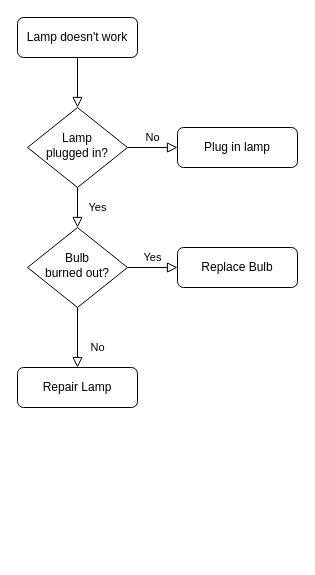
The draw.io diagram Images/Untitled Diagram.drawio in Yaman415/CV-Website, before the edit. Source tidied: cells renumbered, new cells numbered last; positions are measured from the earlier drawing's top-left corner, leaving out a move shared by most shapes. Both pictures are drawn from the tidied source at 100%, with x=0, y=0 at pixel (17, 17).
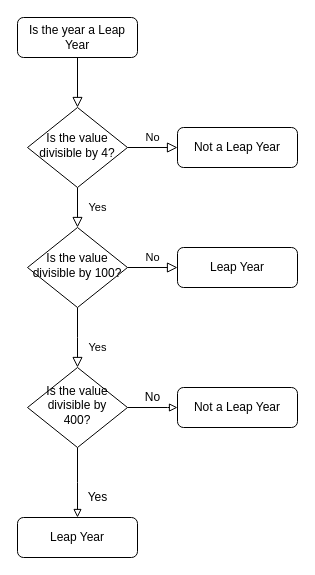
After the change.

Commit message:
Leap Year

Diff of the diagram source:
```diff
@@
-    <mxCell id="3" value="Lamp doesn't work" style="rounded=1;whiteSpace=wrap;html=1;fontSize=12;glass=0;strokeWidth=1;shadow=0;" parent="1" vertex="1">
+    <mxCell id="3" value="Is the year a Leap Year" style="rounded=1;whiteSpace=wrap;html=1;fontSize=12;glass=0;strokeWidth=1;shadow=0;" parent="1" vertex="1">
       <mxGeometry width="120" height="40" as="geometry" />
     </mxCell>
@@
-    <mxCell id="6" value="Lamp&lt;br&gt;plugged in?" style="rhombus;whiteSpace=wrap;html=1;shadow=0;fontFamily=Helvetica;fontSize=12;align=center;strokeWidth=1;spacing=6;spacingTop=-4;" parent="1" vertex="1">
+    <mxCell id="6" value="Is the value divisible by 4?" style="rhombus;whiteSpace=wrap;html=1;shadow=0;fontFamily=Helvetica;fontSize=12;align=center;strokeWidth=1;spacing=6;spacingTop=-4;" parent="1" vertex="1">
       <mxGeometry x="10" y="90" width="100" height="80" as="geometry" />
     </mxCell>
-    <mxCell id="7" value="Plug in lamp" style="rounded=1;whiteSpace=wrap;html=1;fontSize=12;glass=0;strokeWidth=1;shadow=0;" parent="1" vertex="1">
+    <mxCell id="7" value="Not a Leap Year" style="rounded=1;whiteSpace=wrap;html=1;fontSize=12;glass=0;strokeWidth=1;shadow=0;" parent="1" vertex="1">
       <mxGeometry x="160" y="110" width="120" height="40" as="geometry" />
     </mxCell>
-    <mxCell id="8" value="No" style="rounded=0;html=1;jettySize=auto;fontSize=11;endArrow=block;endFill=0;endSize=8;strokeWidth=1;shadow=0;labelBackgroundColor=none;edgeStyle=orthogonalEdgeStyle;" parent="1" edge="1" source="10" target="11">
-      <mxGeometry x="0.33" y="20" relative="1" as="geometry" />
+    <mxCell id="8" value="Yes" style="rounded=0;html=1;jettySize=auto;fontSize=11;endArrow=block;endFill=0;endSize=8;strokeWidth=1;shadow=0;labelBackgroundColor=none;edgeStyle=orthogonalEdgeStyle;" parent="1" edge="1" source="10">
+      <mxGeometry x="0.33" y="20" relative="1" as="geometry">
+        <mxPoint x="60" y="350" as="targetPoint" />
+      </mxGeometry>
     </mxCell>
-    <mxCell id="9" value="Yes" style="edgeStyle=orthogonalEdgeStyle;rounded=0;html=1;jettySize=auto;fontSize=11;endArrow=block;endFill=0;endSize=8;strokeWidth=1;shadow=0;labelBackgroundColor=none;" parent="1" edge="1" source="10" target="12">
+    <mxCell id="9" value="No" style="edgeStyle=orthogonalEdgeStyle;rounded=0;html=1;jettySize=auto;fontSize=11;endArrow=block;endFill=0;endSize=8;strokeWidth=1;shadow=0;labelBackgroundColor=none;" parent="1" edge="1" source="10" target="12">
       <mxGeometry y="10" relative="1" as="geometry" />
     </mxCell>
-    <mxCell id="10" value="Bulb&lt;br&gt;burned out?" style="rhombus;whiteSpace=wrap;html=1;shadow=0;fontFamily=Helvetica;fontSize=12;align=center;strokeWidth=1;spacing=6;spacingTop=-4;" parent="1" vertex="1">
+    <mxCell id="10" value="Is the value divisible by 100?" style="rhombus;whiteSpace=wrap;html=1;shadow=0;fontFamily=Helvetica;fontSize=12;align=center;strokeWidth=1;spacing=6;spacingTop=-4;" parent="1" vertex="1">
       <mxGeometry x="10" y="210" width="100" height="80" as="geometry" />
     </mxCell>
-    <mxCell id="11" value="Repair Lamp" style="rounded=1;whiteSpace=wrap;html=1;fontSize=12;glass=0;strokeWidth=1;shadow=0;" parent="1" vertex="1">
-      <mxGeometry y="350" width="120" height="40" as="geometry" />
-    </mxCell>
-    <mxCell id="12" value="Replace Bulb" style="rounded=1;whiteSpace=wrap;html=1;fontSize=12;glass=0;strokeWidth=1;shadow=0;" parent="1" vertex="1">
+    <mxCell id="12" value="Leap Year" style="rounded=1;whiteSpace=wrap;html=1;fontSize=12;glass=0;strokeWidth=1;shadow=0;" parent="1" vertex="1">
       <mxGeometry x="160" y="230" width="120" height="40" as="geometry" />
     </mxCell>
+    <mxCell id="13" style="edgeStyle=orthogonalEdgeStyle;rounded=0;jettySize=auto;html=1;endArrow=block;endFill=0;" parent="1" edge="1" source="15">
+      <mxGeometry relative="1" as="geometry">
+        <mxPoint x="160" y="390" as="targetPoint" />
+        <Array as="points">
+          <mxPoint x="150" y="390" />
+          <mxPoint x="150" y="390" />
+        </Array>
+      </mxGeometry>
+    </mxCell>
+    <mxCell id="14" style="edgeStyle=orthogonalEdgeStyle;rounded=0;jettySize=auto;html=1;endArrow=block;endFill=0;" parent="1" edge="1" source="15">
+      <mxGeometry relative="1" as="geometry">
+        <mxPoint x="60" y="500" as="targetPoint" />
+      </mxGeometry>
+    </mxCell>
+    <mxCell id="15" value="Is the value divisible by &lt;br&gt;400?" style="rhombus;whiteSpace=wrap;html=1;shadow=0;fontFamily=Helvetica;fontSize=12;align=center;strokeWidth=1;spacing=6;spacingTop=-4;" parent="1" vertex="1">
+      <mxGeometry x="10" y="350" width="100" height="80" as="geometry" />
+    </mxCell>
+    <mxCell id="16" value="Not a Leap Year" style="rounded=1;whiteSpace=wrap;html=1;fontSize=12;glass=0;strokeWidth=1;shadow=0;" parent="1" vertex="1">
+      <mxGeometry x="160" y="370" width="120" height="40" as="geometry" />
+    </mxCell>
+    <mxCell id="17" value="No" style="text;html=1;align=center;verticalAlign=middle;strokeColor=none;" parent="1" vertex="1">
+      <mxGeometry x="120" y="370" width="30" height="20" as="geometry" />
+    </mxCell>
+    <mxCell id="18" value="Leap Year" style="rounded=1;whiteSpace=wrap;html=1;fontSize=12;glass=0;strokeWidth=1;shadow=0;" parent="1" vertex="1">
+      <mxGeometry y="500" width="120" height="40" as="geometry" />
+    </mxCell>
+    <mxCell id="19" value="Yes" style="text;html=1;align=center;verticalAlign=middle;strokeColor=none;" parent="1" vertex="1">
+      <mxGeometry x="60" y="470" width="40" height="20" as="geometry" />
+    </mxCell>
```
